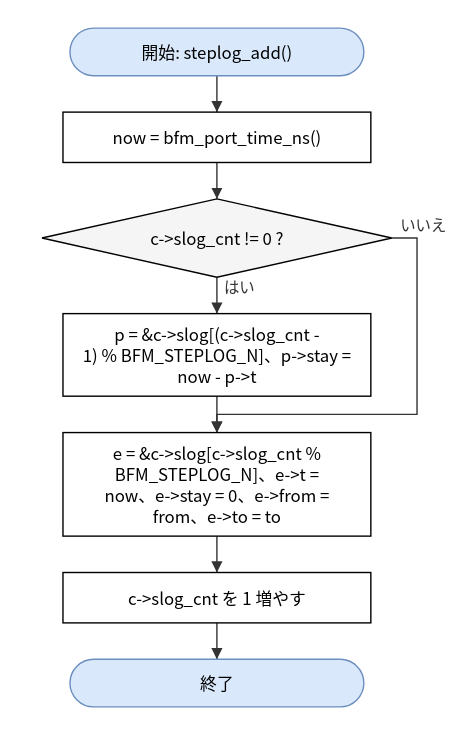
hf355051012-ai/bfmem keeps this draw.io diagram as doc/spec/images/flow_src_bfm_cm-steplog_add.drawio.svg. Above is the earlier version. Source tidied: cells renumbered, new cells last; positions are measured from the earlier drawing's top-left corner, leaving out a move shared by most shapes. The source it was exported from:
```xml
<mxGraphModel>
  <root>
    <mxCell id="0" />
    <mxCell id="1" parent="0" />
    <mxCell id="2" value="開始: steplog_add()" style="rounded=1;arcSize=50;whiteSpace=wrap;html=1;fillColor=#dae8fc;strokeColor=#6c8ebf;" parent="1" vertex="1">
      <mxGeometry x="20" width="210" height="34" as="geometry" />
    </mxCell>
    <mxCell id="3" value="now = bfm_port_time_ns()" style="rounded=0;whiteSpace=wrap;html=1;" parent="1" vertex="1">
      <mxGeometry x="15" y="60" width="220" height="36" as="geometry" />
    </mxCell>
    <mxCell id="4" value="c-&amp;gt;slog_cnt != 0 ?" style="rhombus;whiteSpace=wrap;html=1;fillColor=#f5f5f5;" parent="1" vertex="1">
      <mxGeometry y="122" width="250" height="56" as="geometry" />
    </mxCell>
    <mxCell id="5" value="p = &amp;amp;c-&amp;gt;slog[(c-&amp;gt;slog_cnt -&lt;br&gt;1) % BFM_STEPLOG_N]、p-&amp;gt;stay =&lt;br&gt;now - p-&amp;gt;t" style="rounded=0;whiteSpace=wrap;html=1;" parent="1" vertex="1">
      <mxGeometry x="15" y="204" width="220" height="59" as="geometry" />
    </mxCell>
    <mxCell id="6" value="e = &amp;amp;c-&amp;gt;slog[c-&amp;gt;slog_cnt %&lt;br&gt;BFM_STEPLOG_N]、e-&amp;gt;t =&lt;br&gt;now、e-&amp;gt;stay = 0、e-&amp;gt;from =&lt;br&gt;from、e-&amp;gt;to = to" style="rounded=0;whiteSpace=wrap;html=1;" parent="1" vertex="1">
      <mxGeometry x="15" y="289" width="220" height="74" as="geometry" />
    </mxCell>
    <mxCell id="7" value="c-&amp;gt;slog_cnt を 1 増やす" style="rounded=0;whiteSpace=wrap;html=1;" parent="1" vertex="1">
      <mxGeometry x="15" y="389" width="220" height="36" as="geometry" />
    </mxCell>
    <mxCell id="8" value="終了" style="rounded=1;arcSize=50;whiteSpace=wrap;html=1;fillColor=#dae8fc;strokeColor=#6c8ebf;" parent="1" vertex="1">
      <mxGeometry x="20" y="451" width="210" height="34" as="geometry" />
    </mxCell>
    <mxCell id="9" style="edgeStyle=none;html=1;rounded=0;endArrow=block;endFill=1;exitX=0.5000;exitY=1.0000;exitDx=0;exitDy=0;exitPerimeter=0;entryX=0.5000;entryY=0.0000;entryDx=0;entryDy=0;entryPerimeter=0;" parent="1" edge="1" source="2" target="3">
      <mxGeometry relative="1" as="geometry" />
    </mxCell>
    <mxCell id="10" style="edgeStyle=none;html=1;rounded=0;endArrow=block;endFill=1;exitX=0.5000;exitY=1.0000;exitDx=0;exitDy=0;exitPerimeter=0;entryX=0.5000;entryY=0.0000;entryDx=0;entryDy=0;entryPerimeter=0;" parent="1" edge="1" source="3" target="4">
      <mxGeometry relative="1" as="geometry" />
    </mxCell>
    <mxCell id="11" value="はい" style="edgeStyle=none;html=1;rounded=0;endArrow=block;endFill=1;exitX=0.5000;exitY=1.0000;exitDx=0;exitDy=0;exitPerimeter=0;entryX=0.5000;entryY=0.0000;entryDx=0;entryDy=0;entryPerimeter=0;" parent="1" edge="1" source="4" target="5">
      <mxGeometry relative="1" as="geometry" />
    </mxCell>
    <mxCell id="12" style="edgeStyle=none;html=1;rounded=0;endArrow=block;endFill=1;exitX=0.5000;exitY=1.0000;exitDx=0;exitDy=0;exitPerimeter=0;entryX=0.5000;entryY=0.0000;entryDx=0;entryDy=0;entryPerimeter=0;" parent="1" edge="1" source="5" target="6">
      <mxGeometry relative="1" as="geometry" />
    </mxCell>
    <mxCell id="13" value="いいえ" style="edgeStyle=none;html=1;rounded=0;endArrow=block;endFill=1;exitX=1.0000;exitY=0.5000;exitDx=0;exitDy=0;exitPerimeter=0;entryX=0.5000;entryY=0.0000;entryDx=0;entryDy=0;entryPerimeter=0;" parent="1" edge="1" source="4" target="6">
      <mxGeometry relative="1" as="geometry">
        <Array as="points">
          <mxPoint x="268" y="150" />
          <mxPoint x="268" y="276" />
          <mxPoint x="125" y="276" />
        </Array>
      </mxGeometry>
    </mxCell>
    <mxCell id="14" style="edgeStyle=none;html=1;rounded=0;endArrow=block;endFill=1;exitX=0.5000;exitY=1.0000;exitDx=0;exitDy=0;exitPerimeter=0;entryX=0.5000;entryY=0.0000;entryDx=0;entryDy=0;entryPerimeter=0;" parent="1" edge="1" source="6" target="7">
      <mxGeometry relative="1" as="geometry" />
    </mxCell>
    <mxCell id="15" style="edgeStyle=none;html=1;rounded=0;endArrow=block;endFill=1;exitX=0.5000;exitY=1.0000;exitDx=0;exitDy=0;exitPerimeter=0;entryX=0.5000;entryY=0.0000;entryDx=0;entryDy=0;entryPerimeter=0;" parent="1" edge="1" source="7" target="8">
      <mxGeometry relative="1" as="geometry" />
    </mxCell>
  </root>
</mxGraphModel>
```
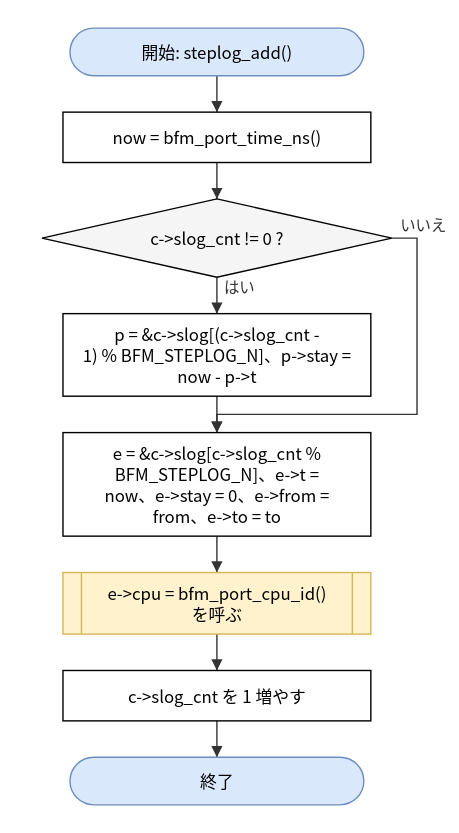
The same diagram one commit later.

What changed in the source:
```diff
@@ -17,12 +17,15 @@
     <mxCell id="6" value="e = &amp;amp;c-&amp;gt;slog[c-&amp;gt;slog_cnt %&lt;br&gt;BFM_STEPLOG_N]、e-&amp;gt;t =&lt;br&gt;now、e-&amp;gt;stay = 0、e-&amp;gt;from =&lt;br&gt;from、e-&amp;gt;to = to" style="rounded=0;whiteSpace=wrap;html=1;" parent="1" vertex="1">
       <mxGeometry x="15" y="289" width="220" height="74" as="geometry" />
     </mxCell>
-    <mxCell id="7" value="c-&amp;gt;slog_cnt を 1 増やす" style="rounded=0;whiteSpace=wrap;html=1;" parent="1" vertex="1">
-      <mxGeometry x="15" y="389" width="220" height="36" as="geometry" />
+    <mxCell id="7" value="e-&amp;gt;cpu = bfm_port_cpu_id()&lt;br&gt;を呼ぶ" style="shape=process;whiteSpace=wrap;html=1;backgroundOutline=1;size=0.06;fillColor=#fff2cc;strokeColor=#d6b656;" parent="1" vertex="1">
+      <mxGeometry x="15" y="389" width="220" height="44" as="geometry" />
     </mxCell>
-    <mxCell id="8" value="終了" style="rounded=1;arcSize=50;whiteSpace=wrap;html=1;fillColor=#dae8fc;strokeColor=#6c8ebf;" parent="1" vertex="1">
-      <mxGeometry x="20" y="451" width="210" height="34" as="geometry" />
+    <mxCell id="8" value="c-&amp;gt;slog_cnt を 1 増やす" style="rounded=0;whiteSpace=wrap;html=1;" parent="1" vertex="1">
+      <mxGeometry x="15" y="459" width="220" height="36" as="geometry" />
     </mxCell>
+    <mxCell id="16" value="終了" style="rounded=1;arcSize=50;whiteSpace=wrap;html=1;fillColor=#dae8fc;strokeColor=#6c8ebf;" parent="1" vertex="1">
+      <mxGeometry x="20" y="521" width="210" height="34" as="geometry" />
+    </mxCell>
     <mxCell id="9" style="edgeStyle=none;html=1;rounded=0;endArrow=block;endFill=1;exitX=0.5000;exitY=1.0000;exitDx=0;exitDy=0;exitPerimeter=0;entryX=0.5000;entryY=0.0000;entryDx=0;entryDy=0;entryPerimeter=0;" parent="1" edge="1" source="2" target="3">
       <mxGeometry relative="1" as="geometry" />
     </mxCell>
@@ -50,5 +53,8 @@
     <mxCell id="15" style="edgeStyle=none;html=1;rounded=0;endArrow=block;endFill=1;exitX=0.5000;exitY=1.0000;exitDx=0;exitDy=0;exitPerimeter=0;entryX=0.5000;entryY=0.0000;entryDx=0;entryDy=0;entryPerimeter=0;" parent="1" edge="1" source="7" target="8">
       <mxGeometry relative="1" as="geometry" />
     </mxCell>
+    <mxCell id="17" style="edgeStyle=none;html=1;rounded=0;endArrow=block;endFill=1;exitX=0.5000;exitY=1.0000;exitDx=0;exitDy=0;exitPerimeter=0;entryX=0.5000;entryY=0.0000;entryDx=0;entryDy=0;entryPerimeter=0;" parent="1" edge="1" source="8" target="16">
+      <mxGeometry relative="1" as="geometry" />
+    </mxCell>
   </root>
 </mxGraphModel>
```
